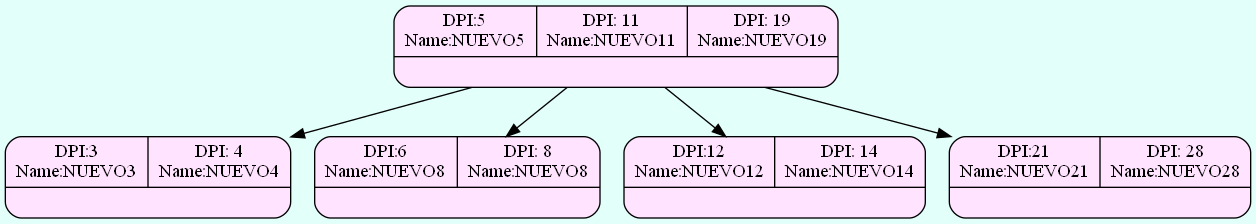
Above: FASE 2/Grafico/Admin_Btree_Clients.png in Serch-ING/EDD_UDRAWING_202000119 (Graphviz), before the change. Its source is kept beside it as FASE 2/Grafico/Admin_Btree_Clients.dot.
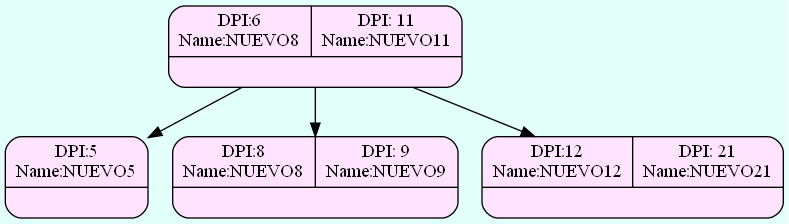
The same file after the commit.

Diff of the diagram source:
```diff
@@ -1,14 +1,12 @@
 digraph structs {
   bgcolor = "#E3FFFA"
  node [shape=Mrecord fillcolor="#FFE3FF" style =filled];
-struct1143935714[label="{{DPI:5\nName:NUEVO5|DPI: 11\nName:NUEVO11|DPI: 19\nName:NUEVO19}|<here>}"];
-struct1504750279[label="{{DPI:3\nName:NUEVO3|DPI: 4\nName:NUEVO4}|<here>}"];
-struct393914336[label="{{DPI:6\nName:NUEVO8|DPI: 8\nName:NUEVO8}|<here>}"];
-struct746869395[label="{{DPI:12\nName:NUEVO12|DPI: 14\nName:NUEVO14}|<here>}"];
-struct268496355[label="{{DPI:21\nName:NUEVO21|DPI: 28\nName:NUEVO28}|<here>}"];
+struct1476160390[label="{{DPI:6\nName:NUEVO8|DPI: 11\nName:NUEVO11}|<here>}"];
+struct596212865[label="{{DPI:5\nName:NUEVO5}|<here>}"];
+struct1108291931[label="{{DPI:8\nName:NUEVO8|DPI: 9\nName:NUEVO9}|<here>}"];
+struct188244280[label="{{DPI:12\nName:NUEVO12|DPI: 21\nName:NUEVO21}|<here>}"];
 
-struct1143935714->struct1504750279;
-struct1143935714->struct393914336;
-struct1143935714->struct746869395;
-struct1143935714->struct268496355;
+struct1476160390->struct596212865;
+struct1476160390->struct1108291931;
+struct1476160390->struct188244280;
 }
```
